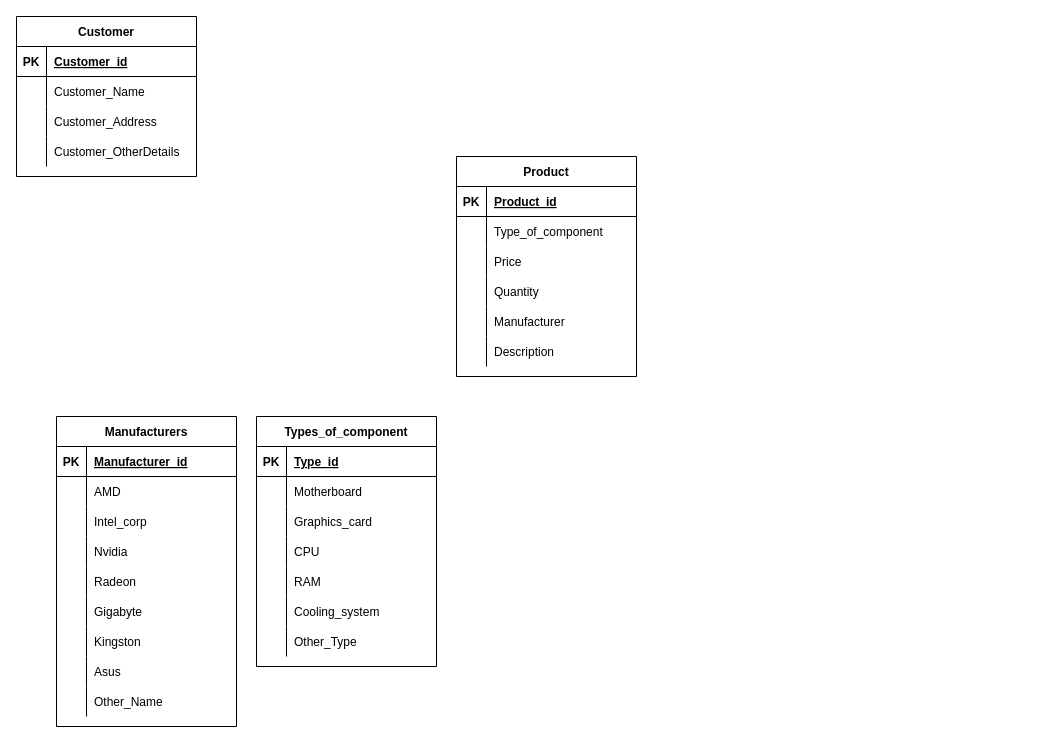
OleksijShtoltz/Labs_DataBase keeps this draw.io diagram as DNS.drawio. Above is the earlier version. Source tidied: cells renumbered, new cells numbered last; positions are measured from the earlier drawing's top-left corner, leaving out a move shared by most shapes. Both pictures are drawn from the tidied source at 100%, with x=0, y=0 at pixel (16, 16).
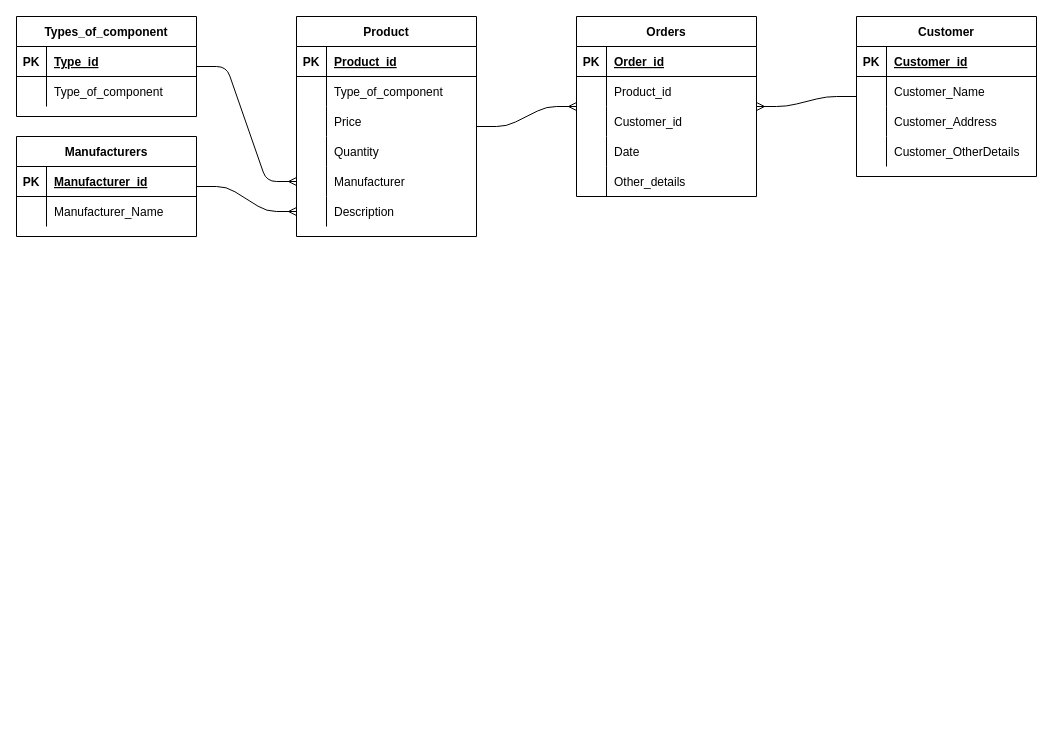
The same page after the edit.

Unchanged cells that the change refers to:
```xml
<mxCell id="19" style="shape=partialRectangle;fillColor=none;top=0;left=0;bottom=0;right=0;" parent="15" vertex="1">
  <mxGeometry y="60" width="180" height="30" as="geometry" />
</mxCell>
<mxCell id="78" style="shape=partialRectangle;fillColor=none;top=0;left=0;bottom=0;right=0;points=[[0,0.5],[1,0.5]];portConstraint=eastwest;" parent="65" vertex="1">
  <mxGeometry y="150" width="180" height="30" as="geometry" />
</mxCell>
<mxCell id="81" style="shape=partialRectangle;fillColor=none;top=0;left=0;bottom=0;right=0;points=[[0,0.5],[1,0.5]];portConstraint=eastwest;" parent="65" vertex="1">
  <mxGeometry y="180" width="180" height="30" as="geometry" />
</mxCell>
```

Change to the diagram source:
```diff
@@
-    <mxCell id="2" value="Customer" style="shape=table;startSize=30;childLayout=tableLayout;rowLines=0;fontStyle=1;align=center;" parent="1" vertex="1">
-      <mxGeometry width="180" height="160" as="geometry" />
-    </mxCell>
-    <mxCell id="3" style="shape=partialRectangle;fillColor=none;top=0;left=0;bottom=1;right=0;" parent="2" vertex="1">
-      <mxGeometry y="30" width="180" height="30" as="geometry" />
-    </mxCell>
-    <mxCell id="4" value="PK" style="shape=partialRectangle;fillColor=none;top=0;left=0;bottom=0;right=0;fontStyle=1;overflow=hidden;" parent="3" vertex="1">
-      <mxGeometry width="30" height="30" as="geometry" />
-    </mxCell>
-    <mxCell id="5" value="Customer_id" style="shape=partialRectangle;fillColor=none;top=0;left=0;bottom=0;right=0;align=left;spacingLeft=6;fontStyle=5;overflow=hidden;" parent="3" vertex="1">
-      <mxGeometry x="30" width="150" height="30" as="geometry" />
-    </mxCell>
-    <mxCell id="6" style="shape=partialRectangle;fillColor=none;top=0;left=0;bottom=0;right=0;" parent="2" vertex="1">
-      <mxGeometry y="60" width="180" height="30" as="geometry" />
-    </mxCell>
-    <mxCell id="7" style="shape=partialRectangle;fillColor=none;top=0;left=0;bottom=0;right=0;overflow=hidden;" parent="6" vertex="1">
-      <mxGeometry width="30" height="30" as="geometry" />
-    </mxCell>
-    <mxCell id="8" value="Customer_Name" style="shape=partialRectangle;fillColor=none;top=0;left=0;bottom=0;right=0;align=left;spacingLeft=6;overflow=hidden;" parent="6" vertex="1">
-      <mxGeometry x="30" width="150" height="30" as="geometry" />
-    </mxCell>
-    <mxCell id="9" style="shape=partialRectangle;fillColor=none;top=0;left=0;bottom=0;right=0;" parent="2" vertex="1">
-      <mxGeometry y="90" width="180" height="30" as="geometry" />
-    </mxCell>
-    <mxCell id="10" style="shape=partialRectangle;fillColor=none;top=0;left=0;bottom=0;right=0;overflow=hidden;" parent="9" vertex="1">
-      <mxGeometry width="30" height="30" as="geometry" />
-    </mxCell>
-    <mxCell id="11" value="Customer_Address" style="shape=partialRectangle;fillColor=none;top=0;left=0;bottom=0;right=0;align=left;spacingLeft=6;overflow=hidden;" parent="9" vertex="1">
-      <mxGeometry x="30" width="150" height="30" as="geometry" />
-    </mxCell>
-    <mxCell id="12" style="shape=partialRectangle;fillColor=none;top=0;left=0;bottom=0;right=0;" parent="2" vertex="1">
-      <mxGeometry y="120" width="180" height="30" as="geometry" />
-    </mxCell>
-    <mxCell id="13" style="shape=partialRectangle;fillColor=none;top=0;left=0;bottom=0;right=0;overflow=hidden;" parent="12" vertex="1">
-      <mxGeometry width="30" height="30" as="geometry" />
-    </mxCell>
-    <mxCell id="14" value="Customer_OtherDetails" style="shape=partialRectangle;fillColor=none;top=0;left=0;bottom=0;right=0;align=left;spacingLeft=6;overflow=hidden;" parent="12" vertex="1">
-      <mxGeometry x="30" width="150" height="30" as="geometry" />
-    </mxCell>
+    <mxCell id="84" style="fontSize=12;html=1;endArrow=ERmany;edgeStyle=entityRelationEdgeStyle;" parent="1" edge="1" source="65" target="91">
+      <mxGeometry relative="1" as="geometry" />
+    </mxCell>
+    <mxCell id="85" style="fontSize=12;html=1;endArrow=none;endFill=1;startArrow=ERmany;startFill=1;edgeStyle=entityRelationEdgeStyle;" parent="1" edge="1" source="91" target="2">
+      <mxGeometry relative="1" as="geometry" />
+    </mxCell>
+    <mxCell id="86" style="edgeStyle=entityRelationEdgeStyle;fontSize=12;html=1;endArrow=ERmany;entryX=0;entryY=0.5;entryDx=0;entryDy=0;" parent="1" edge="1" source="37" target="81">
+      <mxGeometry relative="1" as="geometry" />
+    </mxCell>
+    <mxCell id="87" style="edgeStyle=entityRelationEdgeStyle;fontSize=12;html=1;endArrow=ERmany;entryX=0;entryY=0.5;entryDx=0;entryDy=0;" parent="1" edge="1" source="15" target="78">
+      <mxGeometry relative="1" as="geometry" />
+    </mxCell>
     <mxCell id="15" value="Types_of_component" style="shape=table;startSize=30;childLayout=tableLayout;rowLines=0;fontStyle=1;align=center;" parent="1" vertex="1">
-      <mxGeometry x="240" y="400" width="180" height="250" as="geometry" />
+      <mxGeometry width="180" height="100" as="geometry" />
     </mxCell>
@@
-    <mxCell id="21" value="Motherboard" style="shape=partialRectangle;fillColor=none;top=0;left=0;bottom=0;right=0;align=left;spacingLeft=6;overflow=hidden;" parent="19" vertex="1">
+    <mxCell id="21" value="Type_of_component" style="shape=partialRectangle;fillColor=none;top=0;left=0;bottom=0;right=0;align=left;spacingLeft=6;overflow=hidden;" parent="19" vertex="1">
       <mxGeometry x="30" width="150" height="30" as="geometry" />
     </mxCell>
-    <mxCell id="22" style="shape=partialRectangle;fillColor=none;top=0;left=0;bottom=0;right=0;" parent="15" vertex="1">
-      <mxGeometry y="90" width="180" height="30" as="geometry" />
-    </mxCell>
-    <mxCell id="23" style="shape=partialRectangle;fillColor=none;top=0;left=0;bottom=0;right=0;overflow=hidden;" parent="22" vertex="1">
-      <mxGeometry width="30" height="30" as="geometry" />
-    </mxCell>
-    <mxCell id="24" value="Graphics_card" style="shape=partialRectangle;fillColor=none;top=0;left=0;bottom=0;right=0;align=left;spacingLeft=6;overflow=hidden;" parent="22" vertex="1">
-      <mxGeometry x="30" width="150" height="30" as="geometry" />
-    </mxCell>
-    <mxCell id="25" style="shape=partialRectangle;fillColor=none;top=0;left=0;bottom=0;right=0;" parent="15" vertex="1">
-      <mxGeometry y="120" width="180" height="30" as="geometry" />
-    </mxCell>
-    <mxCell id="26" style="shape=partialRectangle;fillColor=none;top=0;left=0;bottom=0;right=0;overflow=hidden;" parent="25" vertex="1">
-      <mxGeometry width="30" height="30" as="geometry" />
-    </mxCell>
-    <mxCell id="27" value="CPU" style="shape=partialRectangle;fillColor=none;top=0;left=0;bottom=0;right=0;align=left;spacingLeft=6;overflow=hidden;" parent="25" vertex="1">
-      <mxGeometry x="30" width="150" height="30" as="geometry" />
-    </mxCell>
-    <mxCell id="28" style="shape=partialRectangle;fillColor=none;top=0;left=0;bottom=0;right=0;" parent="15" vertex="1">
-      <mxGeometry y="150" width="180" height="30" as="geometry" />
-    </mxCell>
-    <mxCell id="29" style="shape=partialRectangle;fillColor=none;top=0;left=0;bottom=0;right=0;overflow=hidden;" parent="28" vertex="1">
-      <mxGeometry width="30" height="30" as="geometry" />
-    </mxCell>
-    <mxCell id="30" value="RAM" style="shape=partialRectangle;fillColor=none;top=0;left=0;bottom=0;right=0;align=left;spacingLeft=6;overflow=hidden;" parent="28" vertex="1">
-      <mxGeometry x="30" width="150" height="30" as="geometry" />
-    </mxCell>
-    <mxCell id="31" style="shape=partialRectangle;fillColor=none;top=0;left=0;bottom=0;right=0;" parent="15" vertex="1">
-      <mxGeometry y="180" width="180" height="30" as="geometry" />
-    </mxCell>
-    <mxCell id="32" style="shape=partialRectangle;fillColor=none;top=0;left=0;bottom=0;right=0;overflow=hidden;" parent="31" vertex="1">
-      <mxGeometry width="30" height="30" as="geometry" />
-    </mxCell>
-    <mxCell id="33" value="Сooling_system" style="shape=partialRectangle;fillColor=none;top=0;left=0;bottom=0;right=0;align=left;spacingLeft=6;overflow=hidden;" parent="31" vertex="1">
-      <mxGeometry x="30" width="150" height="30" as="geometry" />
-    </mxCell>
-    <mxCell id="34" style="shape=partialRectangle;fillColor=none;top=0;left=0;bottom=0;right=0;" parent="15" vertex="1">
-      <mxGeometry y="210" width="180" height="30" as="geometry" />
-    </mxCell>
-    <mxCell id="35" style="shape=partialRectangle;fillColor=none;top=0;left=0;bottom=0;right=0;overflow=hidden;" parent="34" vertex="1">
-      <mxGeometry width="30" height="30" as="geometry" />
-    </mxCell>
-    <mxCell id="36" value="Other_Type" style="shape=partialRectangle;fillColor=none;top=0;left=0;bottom=0;right=0;align=left;spacingLeft=6;overflow=hidden;" parent="34" vertex="1">
-      <mxGeometry x="30" width="150" height="30" as="geometry" />
-    </mxCell>
     <mxCell id="37" value="Manufacturers" style="shape=table;startSize=30;childLayout=tableLayout;rowLines=0;fontStyle=1;align=center;" parent="1" vertex="1">
-      <mxGeometry x="40" y="400" width="180" height="310" as="geometry" />
+      <mxGeometry y="120" width="180" height="100" as="geometry" />
     </mxCell>
@@
-    <mxCell id="41" style="shape=partialRectangle;fillColor=none;top=0;left=0;bottom=0;right=0;" parent="37" vertex="1">
-      <mxGeometry y="60" width="180" height="30" as="geometry" />
-    </mxCell>
-    <mxCell id="42" style="shape=partialRectangle;fillColor=none;top=0;left=0;bottom=0;right=0;overflow=hidden;" parent="41" vertex="1">
-      <mxGeometry width="30" height="30" as="geometry" />
-    </mxCell>
-    <mxCell id="43" value="AMD" style="shape=partialRectangle;fillColor=none;top=0;left=0;bottom=0;right=0;align=left;spacingLeft=6;overflow=hidden;" parent="41" vertex="1">
-      <mxGeometry x="30" width="150" height="30" as="geometry" />
-    </mxCell>
-    <mxCell id="44" style="shape=partialRectangle;fillColor=none;top=0;left=0;bottom=0;right=0;" parent="37" vertex="1">
-      <mxGeometry y="90" width="180" height="30" as="geometry" />
-    </mxCell>
-    <mxCell id="45" style="shape=partialRectangle;fillColor=none;top=0;left=0;bottom=0;right=0;overflow=hidden;" parent="44" vertex="1">
-      <mxGeometry width="30" height="30" as="geometry" />
-    </mxCell>
-    <mxCell id="46" value="Intel_corp" style="shape=partialRectangle;fillColor=none;top=0;left=0;bottom=0;right=0;align=left;spacingLeft=6;overflow=hidden;" parent="44" vertex="1">
-      <mxGeometry x="30" width="150" height="30" as="geometry" />
-    </mxCell>
-    <mxCell id="47" style="shape=partialRectangle;fillColor=none;top=0;left=0;bottom=0;right=0;" parent="37" vertex="1">
-      <mxGeometry y="120" width="180" height="30" as="geometry" />
-    </mxCell>
-    <mxCell id="48" style="shape=partialRectangle;fillColor=none;top=0;left=0;bottom=0;right=0;overflow=hidden;" parent="47" vertex="1">
-      <mxGeometry width="30" height="30" as="geometry" />
-    </mxCell>
-    <mxCell id="49" value="Nvidia" style="shape=partialRectangle;fillColor=none;top=0;left=0;bottom=0;right=0;align=left;spacingLeft=6;overflow=hidden;" parent="47" vertex="1">
-      <mxGeometry x="30" width="150" height="30" as="geometry" />
-    </mxCell>
-    <mxCell id="50" style="shape=partialRectangle;fillColor=none;top=0;left=0;bottom=0;right=0;" parent="37" vertex="1">
-      <mxGeometry y="150" width="180" height="30" as="geometry" />
-    </mxCell>
-    <mxCell id="51" style="shape=partialRectangle;fillColor=none;top=0;left=0;bottom=0;right=0;overflow=hidden;" parent="50" vertex="1">
-      <mxGeometry width="30" height="30" as="geometry" />
-    </mxCell>
-    <mxCell id="52" value="Radeon" style="shape=partialRectangle;fillColor=none;top=0;left=0;bottom=0;right=0;align=left;spacingLeft=6;overflow=hidden;" parent="50" vertex="1">
-      <mxGeometry x="30" width="150" height="30" as="geometry" />
-    </mxCell>
-    <mxCell id="53" style="shape=partialRectangle;fillColor=none;top=0;left=0;bottom=0;right=0;" parent="37" vertex="1">
-      <mxGeometry y="180" width="180" height="30" as="geometry" />
-    </mxCell>
-    <mxCell id="54" style="shape=partialRectangle;fillColor=none;top=0;left=0;bottom=0;right=0;overflow=hidden;" parent="53" vertex="1">
-      <mxGeometry width="30" height="30" as="geometry" />
-    </mxCell>
-    <mxCell id="55" value="Gigabyte" style="shape=partialRectangle;fillColor=none;top=0;left=0;bottom=0;right=0;align=left;spacingLeft=6;overflow=hidden;" parent="53" vertex="1">
-      <mxGeometry x="30" width="150" height="30" as="geometry" />
-    </mxCell>
-    <mxCell id="56" style="shape=partialRectangle;fillColor=none;top=0;left=0;bottom=0;right=0;" parent="37" vertex="1">
-      <mxGeometry y="210" width="180" height="30" as="geometry" />
-    </mxCell>
-    <mxCell id="57" style="shape=partialRectangle;fillColor=none;top=0;left=0;bottom=0;right=0;overflow=hidden;" parent="56" vertex="1">
-      <mxGeometry width="30" height="30" as="geometry" />
-    </mxCell>
-    <mxCell id="58" value="Kingston" style="shape=partialRectangle;fillColor=none;top=0;left=0;bottom=0;right=0;align=left;spacingLeft=6;overflow=hidden;" parent="56" vertex="1">
-      <mxGeometry x="30" width="150" height="30" as="geometry" />
-    </mxCell>
-    <mxCell id="59" style="shape=partialRectangle;fillColor=none;top=0;left=0;bottom=0;right=0;" parent="37" vertex="1">
-      <mxGeometry y="240" width="180" height="30" as="geometry" />
-    </mxCell>
-    <mxCell id="60" style="shape=partialRectangle;fillColor=none;top=0;left=0;bottom=0;right=0;overflow=hidden;" parent="59" vertex="1">
-      <mxGeometry width="30" height="30" as="geometry" />
-    </mxCell>
-    <mxCell id="61" value="Asus" style="shape=partialRectangle;fillColor=none;top=0;left=0;bottom=0;right=0;align=left;spacingLeft=6;overflow=hidden;" parent="59" vertex="1">
-      <mxGeometry x="30" width="150" height="30" as="geometry" />
-    </mxCell>
-    <mxCell id="62" style="shape=partialRectangle;fillColor=none;top=0;left=0;bottom=0;right=0;" parent="37" vertex="1">
-      <mxGeometry y="270" width="180" height="30" as="geometry" />
-    </mxCell>
-    <mxCell id="63" style="shape=partialRectangle;fillColor=none;top=0;left=0;bottom=0;right=0;overflow=hidden;" parent="62" vertex="1">
-      <mxGeometry width="30" height="30" as="geometry" />
-    </mxCell>
-    <mxCell id="64" value="Other_Name" style="shape=partialRectangle;fillColor=none;top=0;left=0;bottom=0;right=0;align=left;spacingLeft=6;overflow=hidden;" parent="62" vertex="1">
-      <mxGeometry x="30" width="150" height="30" as="geometry" />
-    </mxCell>
+    <mxCell id="88" style="shape=partialRectangle;fillColor=none;top=0;left=0;bottom=0;right=0;" parent="37" vertex="1">
+      <mxGeometry y="60" width="180" height="30" as="geometry" />
+    </mxCell>
+    <mxCell id="89" style="shape=partialRectangle;fillColor=none;top=0;left=0;bottom=0;right=0;overflow=hidden;" parent="88" vertex="1">
+      <mxGeometry width="30" height="30" as="geometry" />
+    </mxCell>
+    <mxCell id="90" value="Manufacturer_Name" style="shape=partialRectangle;fillColor=none;top=0;left=0;bottom=0;right=0;align=left;spacingLeft=6;overflow=hidden;" parent="88" vertex="1">
+      <mxGeometry x="30" width="150" height="30" as="geometry" />
+    </mxCell>
     <mxCell id="65" value="Product" style="shape=table;startSize=30;childLayout=tableLayout;rowLines=0;fontStyle=1;align=center;" parent="1" vertex="1">
-      <mxGeometry x="440" y="140" width="180" height="220" as="geometry" />
+      <mxGeometry x="280" width="180" height="220" as="geometry" />
     </mxCell>
@@
+    <mxCell id="91" value="Orders" style="shape=table;startSize=30;childLayout=tableLayout;rowLines=0;fontStyle=1;align=center;" parent="1" vertex="1">
+      <mxGeometry x="560" width="180" height="180" as="geometry" />
+    </mxCell>
+    <mxCell id="92" style="shape=partialRectangle;fillColor=none;top=0;left=0;bottom=1;right=0;" parent="91" vertex="1">
+      <mxGeometry y="30" width="180" height="30" as="geometry" />
+    </mxCell>
+    <mxCell id="93" value="PK" style="shape=partialRectangle;fillColor=none;top=0;left=0;bottom=0;right=0;fontStyle=1;overflow=hidden;" parent="92" vertex="1">
+      <mxGeometry width="30" height="30" as="geometry" />
+    </mxCell>
+    <mxCell id="94" value="Order_id" style="shape=partialRectangle;fillColor=none;top=0;left=0;bottom=0;right=0;align=left;spacingLeft=6;fontStyle=5;overflow=hidden;" parent="92" vertex="1">
+      <mxGeometry x="30" width="150" height="30" as="geometry" />
+    </mxCell>
+    <mxCell id="95" style="shape=partialRectangle;fillColor=none;top=0;left=0;bottom=0;right=0;" parent="91" vertex="1">
+      <mxGeometry y="60" width="180" height="30" as="geometry" />
+    </mxCell>
+    <mxCell id="96" style="shape=partialRectangle;fillColor=none;top=0;left=0;bottom=0;right=0;overflow=hidden;" parent="95" vertex="1">
+      <mxGeometry width="30" height="30" as="geometry" />
+    </mxCell>
+    <mxCell id="97" value="Product_id" style="shape=partialRectangle;fillColor=none;top=0;left=0;bottom=0;right=0;align=left;spacingLeft=6;overflow=hidden;" parent="95" vertex="1">
+      <mxGeometry x="30" width="150" height="30" as="geometry" />
+    </mxCell>
+    <mxCell id="98" style="shape=partialRectangle;fillColor=none;top=0;left=0;bottom=0;right=0;" parent="91" vertex="1">
+      <mxGeometry y="90" width="180" height="30" as="geometry" />
+    </mxCell>
+    <mxCell id="99" style="shape=partialRectangle;fillColor=none;top=0;left=0;bottom=0;right=0;overflow=hidden;" parent="98" vertex="1">
+      <mxGeometry width="30" height="30" as="geometry" />
+    </mxCell>
+    <mxCell id="100" value="Customer_id" style="shape=partialRectangle;fillColor=none;top=0;left=0;bottom=0;right=0;align=left;spacingLeft=6;overflow=hidden;" parent="98" vertex="1">
+      <mxGeometry x="30" width="150" height="30" as="geometry" />
+    </mxCell>
+    <mxCell id="101" style="shape=partialRectangle;fillColor=none;top=0;left=0;bottom=0;right=0;" parent="91" vertex="1">
+      <mxGeometry y="120" width="180" height="30" as="geometry" />
+    </mxCell>
+    <mxCell id="102" style="shape=partialRectangle;fillColor=none;top=0;left=0;bottom=0;right=0;overflow=hidden;" parent="101" vertex="1">
+      <mxGeometry width="30" height="30" as="geometry" />
+    </mxCell>
+    <mxCell id="103" value="Date" style="shape=partialRectangle;fillColor=none;top=0;left=0;bottom=0;right=0;align=left;spacingLeft=6;overflow=hidden;" parent="101" vertex="1">
+      <mxGeometry x="30" width="150" height="30" as="geometry" />
+    </mxCell>
+    <mxCell id="104" style="shape=partialRectangle;fillColor=none;top=0;left=0;bottom=0;right=0;" parent="91" vertex="1">
+      <mxGeometry y="150" width="180" height="30" as="geometry" />
+    </mxCell>
+    <mxCell id="105" style="shape=partialRectangle;fillColor=none;top=0;left=0;bottom=0;right=0;overflow=hidden;" parent="104" vertex="1">
+      <mxGeometry width="30" height="30" as="geometry" />
+    </mxCell>
+    <mxCell id="106" value="Other_details" style="shape=partialRectangle;fillColor=none;top=0;left=0;bottom=0;right=0;align=left;spacingLeft=6;overflow=hidden;" parent="104" vertex="1">
+      <mxGeometry x="30" width="150" height="30" as="geometry" />
+    </mxCell>
+    <mxCell id="2" value="Customer" style="shape=table;startSize=30;childLayout=tableLayout;rowLines=0;fontStyle=1;align=center;" parent="1" vertex="1">
+      <mxGeometry x="840" width="180" height="160" as="geometry" />
+    </mxCell>
+    <mxCell id="3" style="shape=partialRectangle;fillColor=none;top=0;left=0;bottom=1;right=0;" parent="2" vertex="1">
+      <mxGeometry y="30" width="180" height="30" as="geometry" />
+    </mxCell>
+    <mxCell id="4" value="PK" style="shape=partialRectangle;fillColor=none;top=0;left=0;bottom=0;right=0;fontStyle=1;overflow=hidden;" parent="3" vertex="1">
+      <mxGeometry width="30" height="30" as="geometry" />
+    </mxCell>
+    <mxCell id="5" value="Customer_id" style="shape=partialRectangle;fillColor=none;top=0;left=0;bottom=0;right=0;align=left;spacingLeft=6;fontStyle=5;overflow=hidden;" parent="3" vertex="1">
+      <mxGeometry x="30" width="150" height="30" as="geometry" />
+    </mxCell>
+    <mxCell id="6" style="shape=partialRectangle;fillColor=none;top=0;left=0;bottom=0;right=0;" parent="2" vertex="1">
+      <mxGeometry y="60" width="180" height="30" as="geometry" />
+    </mxCell>
+    <mxCell id="7" style="shape=partialRectangle;fillColor=none;top=0;left=0;bottom=0;right=0;overflow=hidden;" parent="6" vertex="1">
+      <mxGeometry width="30" height="30" as="geometry" />
+    </mxCell>
+    <mxCell id="8" value="Customer_Name" style="shape=partialRectangle;fillColor=none;top=0;left=0;bottom=0;right=0;align=left;spacingLeft=6;overflow=hidden;" parent="6" vertex="1">
+      <mxGeometry x="30" width="150" height="30" as="geometry" />
+    </mxCell>
+    <mxCell id="9" style="shape=partialRectangle;fillColor=none;top=0;left=0;bottom=0;right=0;" parent="2" vertex="1">
+      <mxGeometry y="90" width="180" height="30" as="geometry" />
+    </mxCell>
+    <mxCell id="10" style="shape=partialRectangle;fillColor=none;top=0;left=0;bottom=0;right=0;overflow=hidden;" parent="9" vertex="1">
+      <mxGeometry width="30" height="30" as="geometry" />
+    </mxCell>
+    <mxCell id="11" value="Customer_Address" style="shape=partialRectangle;fillColor=none;top=0;left=0;bottom=0;right=0;align=left;spacingLeft=6;overflow=hidden;" parent="9" vertex="1">
+      <mxGeometry x="30" width="150" height="30" as="geometry" />
+    </mxCell>
+    <mxCell id="12" style="shape=partialRectangle;fillColor=none;top=0;left=0;bottom=0;right=0;" parent="2" vertex="1">
+      <mxGeometry y="120" width="180" height="30" as="geometry" />
+    </mxCell>
+    <mxCell id="13" style="shape=partialRectangle;fillColor=none;top=0;left=0;bottom=0;right=0;overflow=hidden;" parent="12" vertex="1">
+      <mxGeometry width="30" height="30" as="geometry" />
+    </mxCell>
+    <mxCell id="14" value="Customer_OtherDetails" style="shape=partialRectangle;fillColor=none;top=0;left=0;bottom=0;right=0;align=left;spacingLeft=6;overflow=hidden;" parent="12" vertex="1">
+      <mxGeometry x="30" width="150" height="30" as="geometry" />
+    </mxCell>
```
